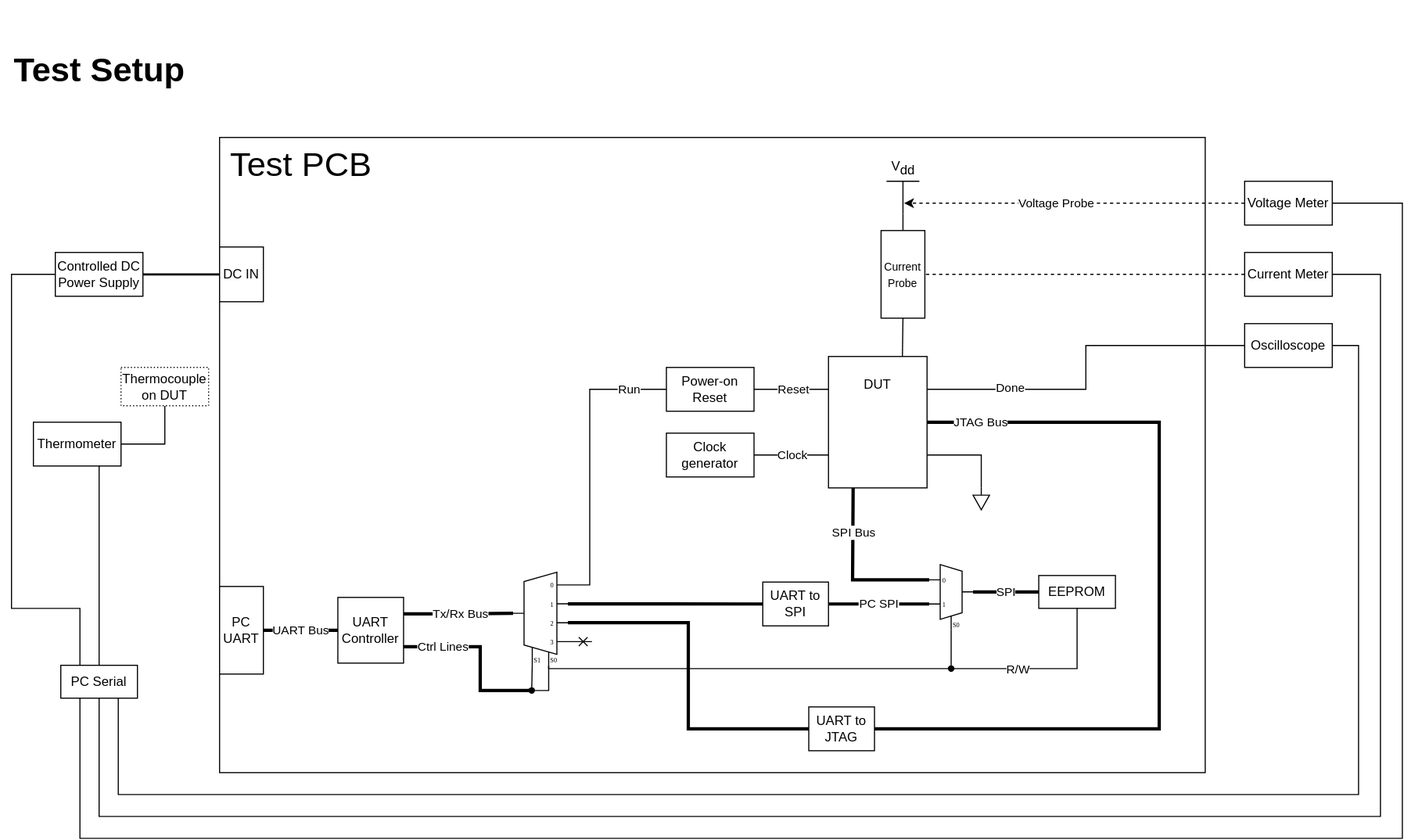
Above: setup_schematic.svg in InonL/validation (draw.io), before the change. Source tidied: cells renumbered, new cells last; positions are measured from the earlier drawing's top-left corner, leaving out a move shared by most shapes.
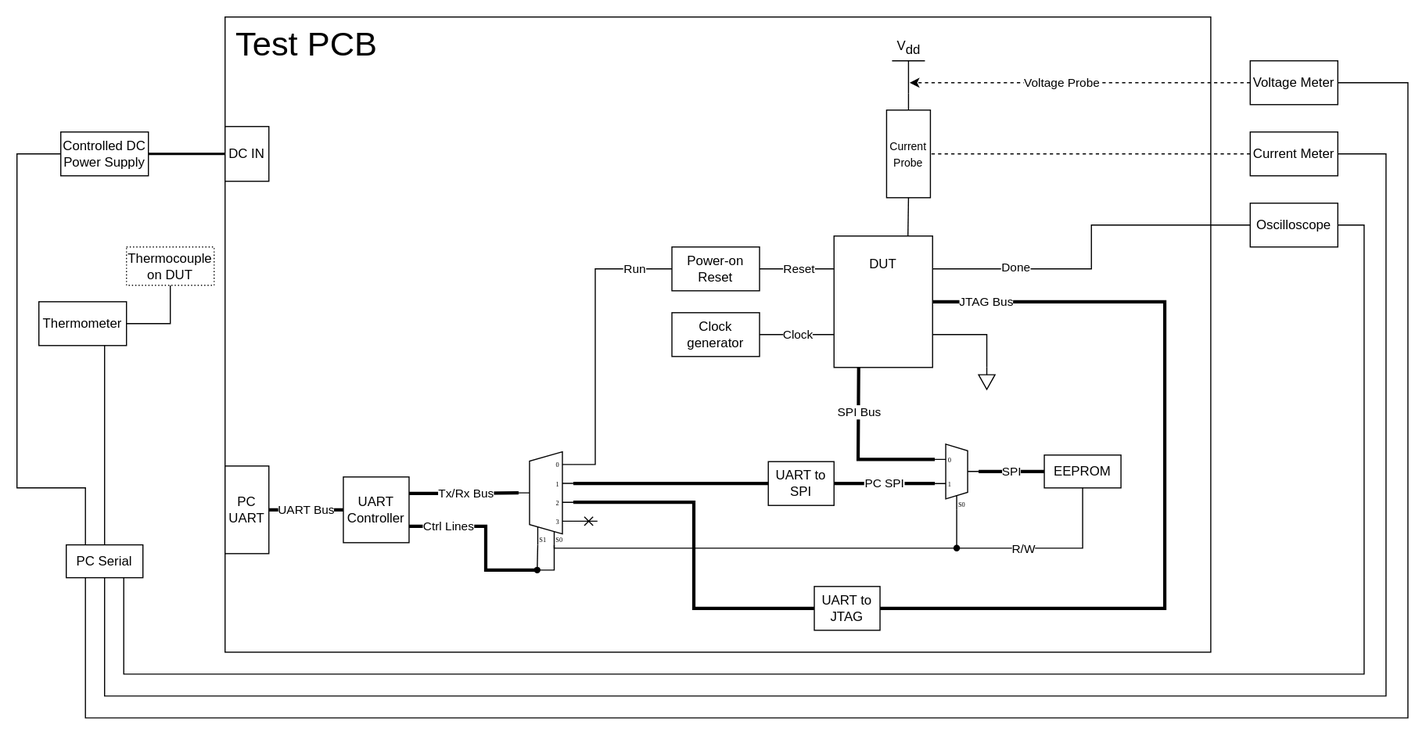
The same diagram one commit later.

Commit message:
schematic tidying

The edit, as a diff of the source:
```diff
@@ -283,8 +283,5 @@
     <mxCell id="67" value="Thermocouple on DUT" style="rounded=0;whiteSpace=wrap;html=1;dashed=1;dashPattern=1 2;" parent="1" vertex="1">
       <mxGeometry x="110" y="335" width="80" height="35" as="geometry" />
     </mxCell>
-    <mxCell id="68" value="&lt;h1&gt;&lt;font style=&quot;font-size: 31px;&quot;&gt;Test Setup&lt;/font&gt;&lt;/h1&gt;" style="text;html=1;align=center;verticalAlign=middle;strokeColor=none;fillColor=none;fontSize=21;" parent="1" vertex="1">
-      <mxGeometry width="180" height="120" as="geometry" />
-    </mxCell>
   </root>
 </mxGraphModel>
```
